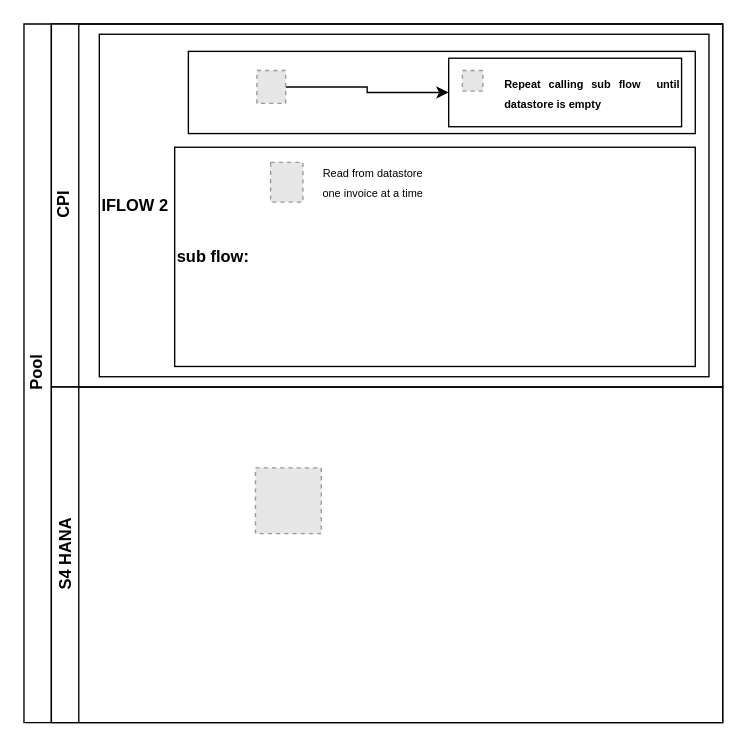
Earlier version of the draw.io diagram page "Page-2" (2 of 2) of rsletta/Untitled Diagram.drawio (08031991/test). Source tidied: cells renumbered, new cells numbered last; positions are measured from the earlier drawing's top-left corner, leaving out a move shared by most shapes. Both pictures are drawn from the tidied source at 137%, with x=0, y=0 at pixel (23, 23). Pictures stored in the file or linked from it are replaced by grey dashed boxes.
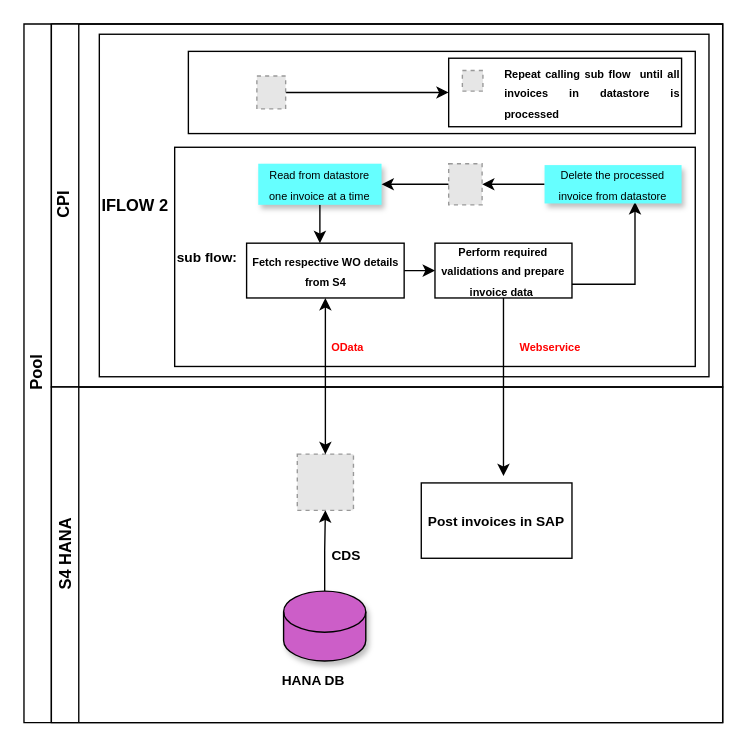
After the change.

The change refers to these unchanged cells:
```xml
<mxCell id="2" value="Pool" style="swimlane;horizontal=0;startSize=20;html=1;" parent="1" vertex="1">
  <mxGeometry width="510" height="510" as="geometry" />
</mxCell>
<mxCell id="3" value="CPI" style="swimlane;startSize=20;horizontal=0;html=1;" parent="2" vertex="1">
  <mxGeometry x="20" width="490" height="265" as="geometry" />
</mxCell>
<mxCell id="13" value="S4 HANA" style="swimlane;startSize=20;horizontal=0;html=1;" parent="2" vertex="1">
  <mxGeometry x="20" y="265" width="490" height="245" as="geometry" />
</mxCell>
```

The edit, as a diff of the source:
```diff
@@
-    <mxCell id="6" value="&lt;b&gt;sub flow:&lt;/b&gt;" style="rounded=0;whiteSpace=wrap;html=1;align=left;" parent="3" vertex="1">
+    <mxCell id="6" value="&lt;b&gt;&lt;font style=&quot;font-size: 10px;&quot;&gt;sub flow:&lt;/font&gt;&lt;/b&gt;" style="rounded=0;whiteSpace=wrap;html=1;align=left;" parent="3" vertex="1">
       <mxGeometry x="90" y="90" width="380" height="160" as="geometry" />
     </mxCell>
-    <mxCell id="7" value="&lt;blockquote style=&quot;margin: 0 0 0 40px; border: none; padding: 0px;&quot;&gt;&lt;div style=&quot;text-align: justify;&quot;&gt;&lt;b style=&quot;font-size: 8px; background-color: initial;&quot;&gt;Repeat calling sub flow&amp;nbsp; until datastore is empty&lt;/b&gt;&lt;/div&gt;&lt;/blockquote&gt;" style="rounded=0;whiteSpace=wrap;html=1;align=center;" parent="3" vertex="1">
+    <mxCell id="7" value="&lt;blockquote style=&quot;margin: 0 0 0 40px; border: none; padding: 0px;&quot;&gt;&lt;div style=&quot;text-align: justify;&quot;&gt;&lt;b style=&quot;font-size: 8px; background-color: initial;&quot;&gt;Repeat calling sub flow&amp;nbsp; until all invoices in datastore is processed&lt;/b&gt;&lt;/div&gt;&lt;/blockquote&gt;" style="rounded=0;whiteSpace=wrap;html=1;align=center;" parent="3" vertex="1">
       <mxGeometry x="290" y="25" width="170" height="50" as="geometry" />
     </mxCell>
@@
     <mxCell id="10" style="fillColor=#E6E6E6;strokeColor=#999999;dashed=1;verticalLabelPosition=bottom;verticalAlign=top;" parent="3" vertex="1">
-      <mxGeometry x="150" y="34" width="21" height="24" as="geometry" />
+      <mxGeometry x="150" y="38" width="21" height="24" as="geometry" />
     </mxCell>
+    <mxCell id="15" style="edgeStyle=orthogonalEdgeStyle;rounded=0;jettySize=auto;html=1;" parent="3" edge="1" source="11" target="18">
+      <mxGeometry relative="1" as="geometry">
+        <Array as="points">
+          <mxPoint x="196" y="160" />
+          <mxPoint x="196" y="160" />
+        </Array>
+      </mxGeometry>
+    </mxCell>
-    <mxCell id="11" value="&lt;font style=&quot;font-size: 8px;&quot;&gt;Read from datastore one invoice at a time&lt;/font&gt;" style="text;strokeColor=none;align=center;fillColor=none;html=1;verticalAlign=middle;whiteSpace=wrap;rounded=0;" parent="3" vertex="1">
-      <mxGeometry x="190" y="100" width="90" height="30" as="geometry" />
+    <mxCell id="11" value="&lt;font style=&quot;font-size: 8px;&quot;&gt;Read from datastore one invoice at a time&lt;/font&gt;" style="text;strokeColor=none;align=center;fillColor=#66FFFF;html=1;verticalAlign=middle;whiteSpace=wrap;rounded=0;shadow=1;" parent="3" vertex="1">
+      <mxGeometry x="151" y="102" width="90" height="30" as="geometry" />
     </mxCell>
-    <mxCell id="12" style="fillColor=#E6E6E6;strokeColor=#999999;dashed=1;verticalLabelPosition=bottom;verticalAlign=top;" parent="3" vertex="1">
-      <mxGeometry x="160" y="101" width="23.6" height="29" as="geometry" />
-    </mxCell>
+    <mxCell id="16" value="&lt;font color=&quot;#ff0000&quot; style=&quot;font-size: 8px;&quot;&gt;&lt;b&gt;OData&lt;/b&gt;&lt;/font&gt;" style="text;html=1;align=center;verticalAlign=middle;strokeColor=none;fillColor=none;" parent="3" vertex="1">
+      <mxGeometry x="191" y="220" width="50" height="30" as="geometry" />
+    </mxCell>
+    <mxCell id="17" style="edgeStyle=orthogonalEdgeStyle;rounded=0;jettySize=auto;html=1;" parent="3" edge="1" source="18" target="21">
+      <mxGeometry relative="1" as="geometry" />
+    </mxCell>
+    <mxCell id="18" value="&lt;b&gt;&lt;font style=&quot;font-size: 8px;&quot;&gt;Fetch respective WO details from S4&lt;/font&gt;&lt;/b&gt;" style="rounded=0;whiteSpace=wrap;html=1;" parent="3" vertex="1">
+      <mxGeometry x="142.5" y="160" width="115" height="40" as="geometry" />
+    </mxCell>
+    <mxCell id="19" style="edgeStyle=orthogonalEdgeStyle;rounded=0;jettySize=auto;html=1;" parent="3" edge="1" source="21">
+      <mxGeometry relative="1" as="geometry">
+        <mxPoint x="330" y="330" as="targetPoint" />
+      </mxGeometry>
+    </mxCell>
+    <mxCell id="20" style="edgeStyle=orthogonalEdgeStyle;rounded=0;jettySize=auto;html=1;entryX=0.66;entryY=0.964;entryDx=0;entryDy=0;entryPerimeter=0;" parent="3" edge="1" source="21" target="24">
+      <mxGeometry relative="1" as="geometry">
+        <Array as="points">
+          <mxPoint x="426" y="190" />
+        </Array>
+      </mxGeometry>
+    </mxCell>
+    <mxCell id="21" value="&lt;font style=&quot;font-size: 8px;&quot;&gt;&lt;b style=&quot;&quot;&gt;Perform required validations and prepare invoice data&amp;nbsp;&lt;/b&gt;&lt;/font&gt;" style="rounded=0;whiteSpace=wrap;html=1;" parent="3" vertex="1">
+      <mxGeometry x="280" y="160" width="100" height="40" as="geometry" />
+    </mxCell>
+    <mxCell id="22" value="&lt;font color=&quot;#ff0000&quot; style=&quot;font-size: 8px;&quot;&gt;&lt;b&gt;Webservice&amp;nbsp;&lt;/b&gt;&lt;/font&gt;" style="text;html=1;align=center;verticalAlign=middle;strokeColor=none;fillColor=none;" parent="3" vertex="1">
+      <mxGeometry x="330" y="220" width="70" height="30" as="geometry" />
+    </mxCell>
+    <mxCell id="23" style="edgeStyle=orthogonalEdgeStyle;rounded=0;jettySize=auto;html=1;" parent="3" edge="1" source="24" target="26">
+      <mxGeometry relative="1" as="geometry" />
+    </mxCell>
+    <mxCell id="24" value="&lt;span style=&quot;font-size: 8px;&quot;&gt;Delete the processed invoice from datastore&lt;/span&gt;" style="text;strokeColor=none;align=center;fillColor=#66FFFF;html=1;verticalAlign=middle;whiteSpace=wrap;rounded=0;shadow=1;" parent="3" vertex="1">
+      <mxGeometry x="360" y="103" width="100" height="28" as="geometry" />
+    </mxCell>
+    <mxCell id="25" style="edgeStyle=orthogonalEdgeStyle;rounded=0;jettySize=auto;html=1;" parent="3" edge="1" source="26" target="11">
+      <mxGeometry relative="1" as="geometry" />
+    </mxCell>
+    <mxCell id="26" style="fillColor=#E6E6E6;strokeColor=#999999;dashed=1;verticalLabelPosition=bottom;verticalAlign=top;" parent="3" vertex="1">
+      <mxGeometry x="290" y="102" width="24.4" height="30" as="geometry" />
+    </mxCell>
@@
+    <mxCell id="27" style="edgeStyle=orthogonalEdgeStyle;rounded=0;jettySize=auto;html=1;entryX=0.5;entryY=1;entryDx=0;entryDy=0;" parent="13" edge="1" source="28" target="14">
+      <mxGeometry relative="1" as="geometry" />
+    </mxCell>
+    <mxCell id="28" style="shape=cylinder3;whiteSpace=wrap;html=1;boundedLbl=1;backgroundOutline=1;size=15;fillColor=#CC5EC8;shadow=1;" parent="13" vertex="1">
+      <mxGeometry x="169.5" y="149" width="60" height="51" as="geometry" />
+    </mxCell>
     <mxCell id="14" style="fillColor=#E6E6E6;strokeColor=#999999;dashed=1;verticalLabelPosition=bottom;verticalAlign=top;" parent="13" vertex="1">
-      <mxGeometry x="149" y="59" width="48" height="48" as="geometry" />
+      <mxGeometry x="179.5" y="49" width="41" height="41" as="geometry" />
     </mxCell>
+    <mxCell id="29" value="&lt;b&gt;&lt;font style=&quot;font-size: 10px;&quot;&gt;HANA DB&lt;/font&gt;&lt;/b&gt;" style="text;html=1;align=center;verticalAlign=middle;strokeColor=none;fillColor=none;" parent="13" vertex="1">
+      <mxGeometry x="155.5" y="199" width="70" height="30" as="geometry" />
+    </mxCell>
+    <mxCell id="30" value="&lt;font style=&quot;font-size: 10px;&quot;&gt;&lt;b&gt;CDS&lt;/b&gt;&lt;/font&gt;" style="text;html=1;align=center;verticalAlign=middle;strokeColor=none;fillColor=none;" parent="13" vertex="1">
+      <mxGeometry x="194.5" y="107.5" width="40" height="30" as="geometry" />
+    </mxCell>
+    <mxCell id="31" value="&lt;b&gt;&lt;font style=&quot;font-size: 10px;&quot;&gt;Post invoices in SAP&lt;/font&gt;&lt;/b&gt;" style="rounded=0;whiteSpace=wrap;html=1;" parent="13" vertex="1">
+      <mxGeometry x="270" y="70" width="110" height="55" as="geometry" />
+    </mxCell>
+    <mxCell id="32" style="endArrow=classic;startArrow=classic;html=1;rounded=0;exitX=0.5;exitY=0;exitDx=0;exitDy=0;" parent="2" edge="1" source="14" target="18">
+      <mxGeometry relative="1" as="geometry" />
+    </mxCell>
```
